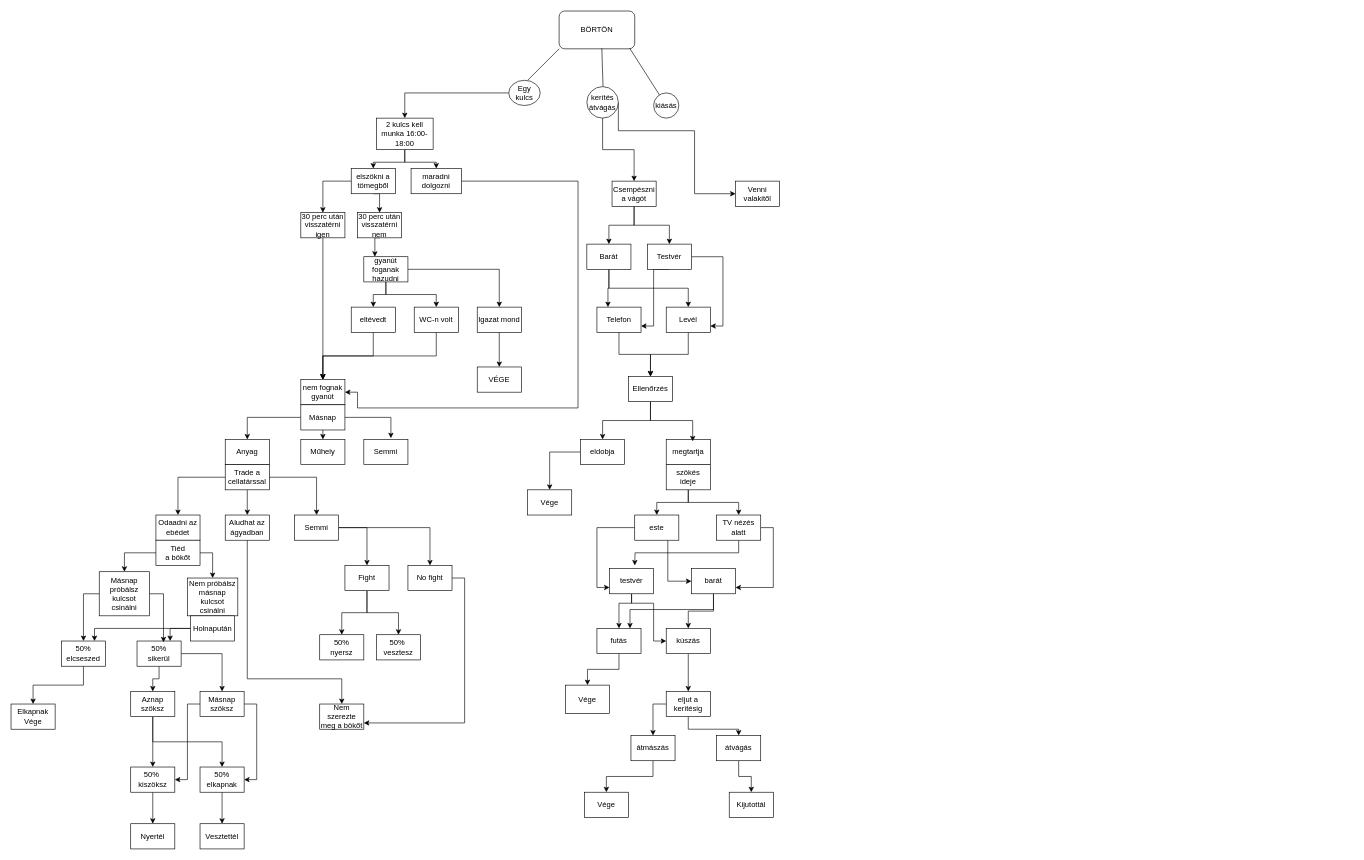
horvathmar/pythonprojekt keeps this draw.io diagram as Megnevezetlen diagram.drawio. Above is the earlier version. Source tidied: cells renumbered, new cells numbered last; positions are measured from the earlier drawing's top-left corner, leaving out a move shared by most shapes. Both pictures are drawn from the tidied source at 63%, with x=0, y=0 at pixel (11, 11).
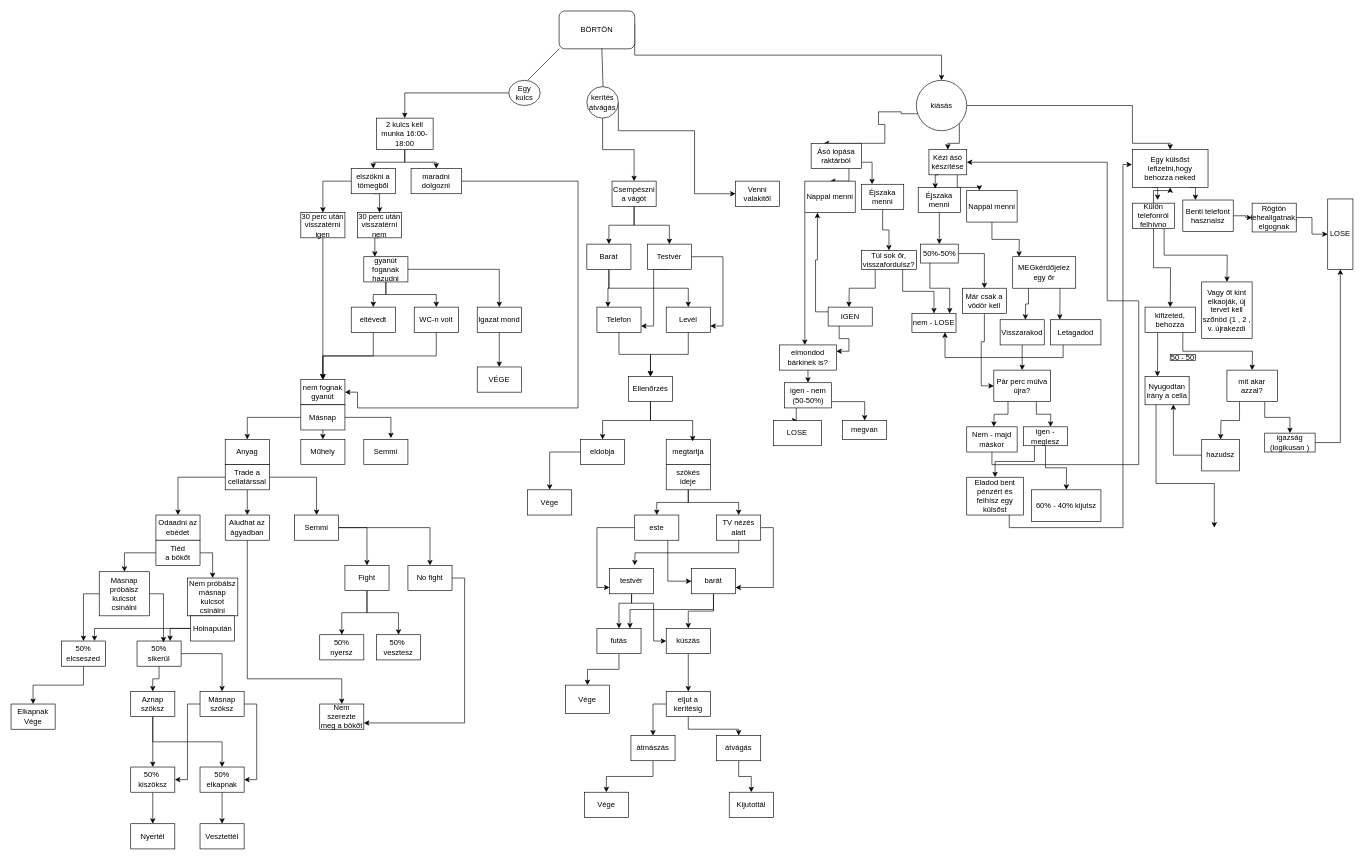
The same page after the edit.

Commit message:
draw io átírás(NEM VÉGLEGES

The change refers to these unchanged cells:
```xml
<mxCell id="2" value="BÖRTÖN" style="rounded=1;whiteSpace=wrap;html=1;" parent="1" vertex="1">
  <mxGeometry x="870" width="120" height="60" as="geometry" />
</mxCell>
```

The edit, as a diff of the source:
```diff
@@
+    <mxCell id="142" style="edgeStyle=orthogonalEdgeStyle;rounded=0;jettySize=auto;html=1;exitX=1;exitY=0.5;exitDx=0;exitDy=0;" parent="1" edge="1" target="11">
+      <mxGeometry relative="1" as="geometry">
+        <mxPoint x="990" y="20" as="sourcePoint" />
+        <Array as="points">
+          <mxPoint x="990" y="70" />
+          <mxPoint x="1477" y="70" />
+        </Array>
+      </mxGeometry>
+    </mxCell>
@@
-    <mxCell id="10" style="endArrow=none;html=1;rounded=0;" parent="1" edge="1" target="11">
-      <mxGeometry relative="1" as="geometry">
-        <mxPoint x="1040" y="150" as="sourcePoint" />
-      </mxGeometry>
-    </mxCell>
+    <mxCell id="143" style="edgeStyle=orthogonalEdgeStyle;rounded=0;jettySize=auto;html=1;exitX=0;exitY=1;exitDx=0;exitDy=0;entryX=0.25;entryY=0;entryDx=0;entryDy=0;" parent="1" edge="1" source="11" target="148">
+      <mxGeometry relative="1" as="geometry">
+        <Array as="points">
+          <mxPoint x="1413" y="163" />
+          <mxPoint x="1413" y="160" />
+          <mxPoint x="1377" y="160" />
+          <mxPoint x="1377" y="180" />
+          <mxPoint x="1387" y="180" />
+        </Array>
+      </mxGeometry>
+    </mxCell>
+    <mxCell id="144" style="edgeStyle=orthogonalEdgeStyle;rounded=0;jettySize=auto;html=1;exitX=1;exitY=1;exitDx=0;exitDy=0;" parent="1" edge="1" source="11" target="150">
+      <mxGeometry relative="1" as="geometry" />
+    </mxCell>
+    <mxCell id="145" style="edgeStyle=orthogonalEdgeStyle;rounded=0;jettySize=auto;html=1;exitX=1;exitY=0.5;exitDx=0;exitDy=0;entryX=0.5;entryY=0;entryDx=0;entryDy=0;" parent="1" edge="1" source="11" target="153">
+      <mxGeometry relative="1" as="geometry">
+        <Array as="points">
+          <mxPoint x="1780" y="150" />
+          <mxPoint x="1780" y="210" />
+          <mxPoint x="1840" y="210" />
+        </Array>
+      </mxGeometry>
+    </mxCell>
     <mxCell id="11" value="kiásás" style="ellipse;whiteSpace=wrap;html=1;" parent="1" vertex="1">
-      <mxGeometry x="1020" y="130" width="40" height="40" as="geometry" />
+      <mxGeometry x="1437" y="110" width="80" height="80" as="geometry" />
     </mxCell>
-    <mxCell id="12" style="endArrow=none;html=1;rounded=0;entryX=0.933;entryY=0.983;entryDx=0;entryDy=0;entryPerimeter=0;" parent="1" edge="1" source="11" target="2">
-      <mxGeometry relative="1" as="geometry" />
-    </mxCell>
@@
+    <mxCell id="146" style="edgeStyle=orthogonalEdgeStyle;rounded=0;jettySize=auto;html=1;exitX=0.75;exitY=1;exitDx=0;exitDy=0;" parent="1" edge="1" source="148" target="161">
+      <mxGeometry relative="1" as="geometry" />
+    </mxCell>
+    <mxCell id="147" style="edgeStyle=orthogonalEdgeStyle;rounded=0;jettySize=auto;html=1;exitX=1;exitY=0.75;exitDx=0;exitDy=0;entryX=0.25;entryY=0;entryDx=0;entryDy=0;" parent="1" edge="1" source="148" target="155">
+      <mxGeometry relative="1" as="geometry" />
+    </mxCell>
+    <mxCell id="148" value="Ásó lopása raktárból" style="rounded=0;whiteSpace=wrap;html=1;" parent="1" vertex="1">
+      <mxGeometry x="1270" y="210" width="80" height="40" as="geometry" />
+    </mxCell>
+    <mxCell id="149" style="edgeStyle=orthogonalEdgeStyle;rounded=0;jettySize=auto;html=1;exitX=0.75;exitY=1;exitDx=0;exitDy=0;entryX=0.25;entryY=0;entryDx=0;entryDy=0;" parent="1" edge="1" source="150" target="159">
+      <mxGeometry relative="1" as="geometry" />
+    </mxCell>
+    <mxCell id="150" value="Kézi ásó készítése" style="rounded=0;whiteSpace=wrap;html=1;" parent="1" vertex="1">
+      <mxGeometry x="1457" y="220" width="60" height="40" as="geometry" />
+    </mxCell>
+    <mxCell id="151" style="edgeStyle=orthogonalEdgeStyle;rounded=0;jettySize=auto;html=1;exitX=0.75;exitY=1;exitDx=0;exitDy=0;entryX=0.25;entryY=0;entryDx=0;entryDy=0;" parent="1" edge="1" source="153" target="157">
+      <mxGeometry relative="1" as="geometry" />
+    </mxCell>
+    <mxCell id="152" style="edgeStyle=orthogonalEdgeStyle;rounded=0;jettySize=auto;html=1;exitX=0.25;exitY=1;exitDx=0;exitDy=0;" parent="1" edge="1" source="153">
+      <mxGeometry relative="1" as="geometry">
+        <mxPoint x="1820" y="300" as="targetPoint" />
+      </mxGeometry>
+    </mxCell>
+    <mxCell id="153" value="Egy külsőst lefizetni,hogy behozza neked" style="rounded=0;whiteSpace=wrap;html=1;" parent="1" vertex="1">
+      <mxGeometry x="1780" y="220" width="120" height="60" as="geometry" />
+    </mxCell>
+    <mxCell id="154" style="edgeStyle=orthogonalEdgeStyle;rounded=0;jettySize=auto;html=1;exitX=0.5;exitY=1;exitDx=0;exitDy=0;" parent="1" edge="1" source="155" target="171">
+      <mxGeometry relative="1" as="geometry" />
+    </mxCell>
+    <mxCell id="155" value="Éjszaka menni" style="rounded=0;whiteSpace=wrap;html=1;" parent="1" vertex="1">
+      <mxGeometry x="1350" y="275" width="67" height="40" as="geometry" />
+    </mxCell>
+    <mxCell id="156" style="edgeStyle=orthogonalEdgeStyle;rounded=0;jettySize=auto;html=1;exitX=1;exitY=0.5;exitDx=0;exitDy=0;" parent="1" edge="1" source="157" target="207">
+      <mxGeometry relative="1" as="geometry" />
+    </mxCell>
+    <mxCell id="157" value="Benti telefont hasznalsz" style="rounded=0;whiteSpace=wrap;html=1;" parent="1" vertex="1">
+      <mxGeometry x="1860" y="300" width="80" height="50" as="geometry" />
+    </mxCell>
+    <mxCell id="158" style="edgeStyle=orthogonalEdgeStyle;rounded=0;jettySize=auto;html=1;exitX=0.5;exitY=1;exitDx=0;exitDy=0;" parent="1" edge="1" source="159">
+      <mxGeometry relative="1" as="geometry">
+        <mxPoint x="1600" y="390" as="targetPoint" />
+      </mxGeometry>
+    </mxCell>
+    <mxCell id="159" value="Nappal menni" style="rounded=0;whiteSpace=wrap;html=1;" parent="1" vertex="1">
+      <mxGeometry x="1517" y="285" width="80" height="50" as="geometry" />
+    </mxCell>
+    <mxCell id="160" style="edgeStyle=orthogonalEdgeStyle;rounded=0;jettySize=auto;html=1;exitX=0;exitY=1;exitDx=0;exitDy=0;" parent="1" edge="1" source="161">
+      <mxGeometry relative="1" as="geometry">
+        <mxPoint x="1260" y="530" as="targetPoint" />
+      </mxGeometry>
+    </mxCell>
+    <mxCell id="161" value="Nappal menni" style="rounded=0;whiteSpace=wrap;html=1;" parent="1" vertex="1">
+      <mxGeometry x="1260" y="270" width="80" height="50" as="geometry" />
+    </mxCell>
+    <mxCell id="162" style="edgeStyle=orthogonalEdgeStyle;rounded=0;jettySize=auto;html=1;exitX=0.5;exitY=1;exitDx=0;exitDy=0;entryX=0.5;entryY=0;entryDx=0;entryDy=0;" parent="1" edge="1" source="163" target="184">
+      <mxGeometry relative="1" as="geometry" />
+    </mxCell>
+    <mxCell id="163" value="Éjszaka menni" style="rounded=0;whiteSpace=wrap;html=1;" parent="1" vertex="1">
+      <mxGeometry x="1440" y="280" width="67" height="40" as="geometry" />
+    </mxCell>
+    <mxCell id="164" style="edgeStyle=orthogonalEdgeStyle;rounded=0;jettySize=auto;html=1;" parent="1" edge="1" source="167" target="153">
+      <mxGeometry relative="1" as="geometry" />
+    </mxCell>
+    <mxCell id="165" style="edgeStyle=orthogonalEdgeStyle;rounded=0;jettySize=auto;html=1;exitX=0.5;exitY=1;exitDx=0;exitDy=0;" parent="1" edge="1" source="167">
+      <mxGeometry relative="1" as="geometry">
+        <mxPoint x="1840" y="470" as="targetPoint" />
+      </mxGeometry>
+    </mxCell>
+    <mxCell id="166" style="edgeStyle=orthogonalEdgeStyle;rounded=0;jettySize=auto;html=1;exitX=0.75;exitY=1;exitDx=0;exitDy=0;" parent="1" edge="1" source="167">
+      <mxGeometry relative="1" as="geometry">
+        <mxPoint x="1930" y="430" as="targetPoint" />
+      </mxGeometry>
+    </mxCell>
+    <mxCell id="167" value="Külön telefonról felhívno" style="rounded=0;whiteSpace=wrap;html=1;" parent="1" vertex="1">
+      <mxGeometry x="1780" y="305" width="67" height="40" as="geometry" />
+    </mxCell>
+    <mxCell id="168" style="edgeStyle=orthogonalEdgeStyle;rounded=0;jettySize=auto;html=1;exitX=0.25;exitY=1;exitDx=0;exitDy=0;entryX=0.403;entryY=0.05;entryDx=0;entryDy=0;entryPerimeter=0;" parent="1" edge="1" source="150" target="163">
+      <mxGeometry relative="1" as="geometry" />
+    </mxCell>
+    <mxCell id="169" style="edgeStyle=orthogonalEdgeStyle;rounded=0;jettySize=auto;html=1;exitX=0.25;exitY=1;exitDx=0;exitDy=0;" parent="1" edge="1" source="171">
+      <mxGeometry relative="1" as="geometry">
+        <mxPoint x="1330" y="470" as="targetPoint" />
+      </mxGeometry>
+    </mxCell>
+    <mxCell id="170" style="edgeStyle=orthogonalEdgeStyle;rounded=0;jettySize=auto;html=1;exitX=0.75;exitY=1;exitDx=0;exitDy=0;" parent="1" edge="1" source="171" target="172">
+      <mxGeometry relative="1" as="geometry" />
+    </mxCell>
+    <mxCell id="171" value="Túl sok őr, visszafordulsz?" style="rounded=0;whiteSpace=wrap;html=1;" parent="1" vertex="1">
+      <mxGeometry x="1350" y="380" width="87" height="30" as="geometry" />
+    </mxCell>
+    <mxCell id="172" value="nem - LOSE" style="rounded=0;whiteSpace=wrap;html=1;" parent="1" vertex="1">
+      <mxGeometry x="1430" y="480" width="70" height="30" as="geometry" />
+    </mxCell>
+    <mxCell id="173" style="edgeStyle=orthogonalEdgeStyle;rounded=0;jettySize=auto;html=1;exitX=0;exitY=0.25;exitDx=0;exitDy=0;entryX=0.25;entryY=1;entryDx=0;entryDy=0;" parent="1" edge="1" source="175" target="161">
+      <mxGeometry relative="1" as="geometry" />
+    </mxCell>
+    <mxCell id="174" style="edgeStyle=orthogonalEdgeStyle;rounded=0;jettySize=auto;html=1;exitX=0.25;exitY=1;exitDx=0;exitDy=0;entryX=1;entryY=0.25;entryDx=0;entryDy=0;" parent="1" edge="1" source="175" target="177">
+      <mxGeometry relative="1" as="geometry" />
+    </mxCell>
+    <mxCell id="175" value="IGEN" style="rounded=0;whiteSpace=wrap;html=1;" parent="1" vertex="1">
+      <mxGeometry x="1297" y="470" width="70" height="30" as="geometry" />
+    </mxCell>
+    <mxCell id="176" style="edgeStyle=orthogonalEdgeStyle;rounded=0;jettySize=auto;html=1;exitX=0.5;exitY=1;exitDx=0;exitDy=0;" parent="1" edge="1" source="177" target="180">
+      <mxGeometry relative="1" as="geometry" />
+    </mxCell>
+    <mxCell id="177" value="elmondod bárkinek is?" style="rounded=0;whiteSpace=wrap;html=1;" parent="1" vertex="1">
+      <mxGeometry x="1220" y="530" width="90" height="40" as="geometry" />
+    </mxCell>
+    <mxCell id="178" value="&lt;div&gt;&lt;br&gt;&lt;/div&gt;" style="edgeStyle=orthogonalEdgeStyle;rounded=0;jettySize=auto;html=1;exitX=0.25;exitY=1;exitDx=0;exitDy=0;" parent="1" edge="1" source="180" target="181">
+      <mxGeometry relative="1" as="geometry" />
+    </mxCell>
+    <mxCell id="179" style="edgeStyle=orthogonalEdgeStyle;rounded=0;jettySize=auto;html=1;exitX=1;exitY=0.75;exitDx=0;exitDy=0;entryX=0.5;entryY=0;entryDx=0;entryDy=0;" parent="1" edge="1" source="180" target="182">
+      <mxGeometry relative="1" as="geometry" />
+    </mxCell>
+    <mxCell id="180" value="igen - nem (50-50%)" style="rounded=0;whiteSpace=wrap;html=1;" parent="1" vertex="1">
+      <mxGeometry x="1227.7" y="590" width="74.7" height="40" as="geometry" />
+    </mxCell>
+    <mxCell id="181" value="LOSE" style="rounded=0;whiteSpace=wrap;html=1;" parent="1" vertex="1">
+      <mxGeometry x="1210" y="650" width="76.3" height="40" as="geometry" />
+    </mxCell>
+    <mxCell id="182" value="megvan" style="rounded=0;whiteSpace=wrap;html=1;" parent="1" vertex="1">
+      <mxGeometry x="1320" y="650" width="70" height="30" as="geometry" />
+    </mxCell>
+    <mxCell id="183" style="edgeStyle=orthogonalEdgeStyle;rounded=0;jettySize=auto;html=1;exitX=1;exitY=0.5;exitDx=0;exitDy=0;" parent="1" edge="1" source="184" target="187">
+      <mxGeometry relative="1" as="geometry" />
+    </mxCell>
+    <mxCell id="184" value="50%-50%" style="rounded=0;whiteSpace=wrap;html=1;" parent="1" vertex="1">
+      <mxGeometry x="1443.5" y="370" width="60" height="30" as="geometry" />
+    </mxCell>
+    <mxCell id="185" style="edgeStyle=orthogonalEdgeStyle;rounded=0;jettySize=auto;html=1;exitX=0.25;exitY=1;exitDx=0;exitDy=0;entryX=0.857;entryY=0;entryDx=0;entryDy=0;entryPerimeter=0;" parent="1" edge="1" source="184" target="172">
+      <mxGeometry relative="1" as="geometry" />
+    </mxCell>
+    <mxCell id="186" style="edgeStyle=orthogonalEdgeStyle;rounded=0;jettySize=auto;html=1;exitX=0.5;exitY=1;exitDx=0;exitDy=0;entryX=0;entryY=0.5;entryDx=0;entryDy=0;" parent="1" edge="1" source="187" target="197">
+      <mxGeometry relative="1" as="geometry" />
+    </mxCell>
+    <mxCell id="187" value="Már csak a vödör kell" style="rounded=0;whiteSpace=wrap;html=1;" parent="1" vertex="1">
+      <mxGeometry x="1510" y="440" width="70" height="40" as="geometry" />
+    </mxCell>
+    <mxCell id="188" style="edgeStyle=orthogonalEdgeStyle;rounded=0;jettySize=auto;html=1;exitX=0.25;exitY=1;exitDx=0;exitDy=0;" parent="1" edge="1" source="190">
+      <mxGeometry relative="1" as="geometry">
+        <mxPoint x="1610" y="490" as="targetPoint" />
+      </mxGeometry>
+    </mxCell>
+    <mxCell id="189" style="edgeStyle=orthogonalEdgeStyle;rounded=0;jettySize=auto;html=1;exitX=0.75;exitY=1;exitDx=0;exitDy=0;" parent="1" edge="1" source="190">
+      <mxGeometry relative="1" as="geometry">
+        <mxPoint x="1664.7" y="490" as="targetPoint" />
+      </mxGeometry>
+    </mxCell>
+    <mxCell id="190" value="MEGkérdőjelez egy őr" style="rounded=0;whiteSpace=wrap;html=1;" parent="1" vertex="1">
+      <mxGeometry x="1590" y="390" width="100" height="50" as="geometry" />
+    </mxCell>
+    <mxCell id="191" style="edgeStyle=orthogonalEdgeStyle;rounded=0;jettySize=auto;html=1;exitX=0.5;exitY=1;exitDx=0;exitDy=0;" parent="1" edge="1" source="192">
+      <mxGeometry relative="1" as="geometry">
+        <mxPoint x="1605" y="570" as="targetPoint" />
+      </mxGeometry>
+    </mxCell>
+    <mxCell id="192" value="Visszarakod" style="rounded=0;whiteSpace=wrap;html=1;" parent="1" vertex="1">
+      <mxGeometry x="1570" y="490" width="70" height="40" as="geometry" />
+    </mxCell>
+    <mxCell id="193" style="edgeStyle=orthogonalEdgeStyle;rounded=0;jettySize=auto;html=1;exitX=0.25;exitY=1;exitDx=0;exitDy=0;entryX=0.75;entryY=1;entryDx=0;entryDy=0;" parent="1" edge="1" source="194" target="172">
+      <mxGeometry relative="1" as="geometry" />
+    </mxCell>
+    <mxCell id="194" value="Letagadod" style="rounded=0;whiteSpace=wrap;html=1;" parent="1" vertex="1">
+      <mxGeometry x="1650" y="490" width="80" height="40" as="geometry" />
+    </mxCell>
+    <mxCell id="195" style="edgeStyle=orthogonalEdgeStyle;rounded=0;jettySize=auto;html=1;exitX=0.75;exitY=1;exitDx=0;exitDy=0;" parent="1" edge="1" source="197">
+      <mxGeometry relative="1" as="geometry">
+        <mxPoint x="1650" y="660" as="targetPoint" />
+      </mxGeometry>
+    </mxCell>
+    <mxCell id="196" style="edgeStyle=orthogonalEdgeStyle;rounded=0;jettySize=auto;html=1;exitX=0.25;exitY=1;exitDx=0;exitDy=0;" parent="1" edge="1" source="197">
+      <mxGeometry relative="1" as="geometry">
+        <mxPoint x="1560" y="660" as="targetPoint" />
+      </mxGeometry>
+    </mxCell>
+    <mxCell id="197" value="Pár perc múlva újra?" style="rounded=0;whiteSpace=wrap;html=1;" parent="1" vertex="1">
+      <mxGeometry x="1560" y="570" width="90" height="50" as="geometry" />
+    </mxCell>
+    <mxCell id="198" style="edgeStyle=orthogonalEdgeStyle;rounded=0;jettySize=auto;html=1;exitX=0.25;exitY=1;exitDx=0;exitDy=0;" parent="1" edge="1" source="200" target="204">
+      <mxGeometry relative="1" as="geometry" />
+    </mxCell>
+    <mxCell id="199" style="edgeStyle=orthogonalEdgeStyle;rounded=0;jettySize=auto;html=1;exitX=0.5;exitY=1;exitDx=0;exitDy=0;" parent="1" edge="1" source="200">
+      <mxGeometry relative="1" as="geometry">
+        <mxPoint x="1675" y="760" as="targetPoint" />
+      </mxGeometry>
+    </mxCell>
+    <mxCell id="200" value="igen - meglesz" style="rounded=0;whiteSpace=wrap;html=1;" parent="1" vertex="1">
+      <mxGeometry x="1607" y="660" width="70" height="30" as="geometry" />
+    </mxCell>
+    <mxCell id="201" style="edgeStyle=orthogonalEdgeStyle;rounded=0;jettySize=auto;html=1;exitX=0.5;exitY=1;exitDx=0;exitDy=0;entryX=1;entryY=0.5;entryDx=0;entryDy=0;" parent="1" edge="1" source="202" target="150">
+      <mxGeometry relative="1" as="geometry">
+        <Array as="points">
+          <mxPoint x="1557" y="720" />
+          <mxPoint x="1790" y="720" />
+          <mxPoint x="1790" y="460" />
+          <mxPoint x="1740" y="460" />
+          <mxPoint x="1740" y="240" />
+        </Array>
+      </mxGeometry>
+    </mxCell>
+    <mxCell id="202" value="Nem - majd máskor" style="rounded=0;whiteSpace=wrap;html=1;" parent="1" vertex="1">
+      <mxGeometry x="1517" y="660" width="80" height="40" as="geometry" />
+    </mxCell>
+    <mxCell id="203" style="edgeStyle=orthogonalEdgeStyle;rounded=0;jettySize=auto;html=1;exitX=0.75;exitY=1;exitDx=0;exitDy=0;entryX=-0.006;entryY=0.394;entryDx=0;entryDy=0;entryPerimeter=0;" parent="1" edge="1" source="204" target="153">
+      <mxGeometry relative="1" as="geometry">
+        <Array as="points">
+          <mxPoint x="1584" y="820" />
+          <mxPoint x="1765" y="820" />
+          <mxPoint x="1765" y="244" />
+        </Array>
+      </mxGeometry>
+    </mxCell>
+    <mxCell id="204" value="Eladod bent pénzért és felhísz egy külsőst" style="rounded=0;whiteSpace=wrap;html=1;" parent="1" vertex="1">
+      <mxGeometry x="1517" y="740" width="90" height="60" as="geometry" />
+    </mxCell>
+    <mxCell id="205" value="60% - 40% kijutsz" style="rounded=0;whiteSpace=wrap;html=1;" parent="1" vertex="1">
+      <mxGeometry x="1620" y="760" width="110" height="50" as="geometry" />
+    </mxCell>
+    <mxCell id="206" style="edgeStyle=orthogonalEdgeStyle;rounded=0;jettySize=auto;html=1;exitX=1;exitY=0.5;exitDx=0;exitDy=0;" parent="1" edge="1" source="207" target="208">
+      <mxGeometry relative="1" as="geometry" />
+    </mxCell>
+    <mxCell id="207" value="Rögtön leheallgatnak, elgognak" style="rounded=0;whiteSpace=wrap;html=1;" parent="1" vertex="1">
+      <mxGeometry x="1970" y="305" width="70" height="45.7" as="geometry" />
+    </mxCell>
+    <mxCell id="208" value="LOSE" style="rounded=0;whiteSpace=wrap;html=1;" parent="1" vertex="1">
+      <mxGeometry x="2090" y="298.3" width="40" height="111.7" as="geometry" />
+    </mxCell>
+    <mxCell id="209" style="edgeStyle=orthogonalEdgeStyle;rounded=0;jettySize=auto;html=1;exitX=0.25;exitY=1;exitDx=0;exitDy=0;" parent="1" edge="1" source="211">
+      <mxGeometry relative="1" as="geometry">
+        <mxPoint x="1819.7" y="580" as="targetPoint" />
+      </mxGeometry>
+    </mxCell>
+    <mxCell id="210" style="edgeStyle=orthogonalEdgeStyle;rounded=0;jettySize=auto;html=1;exitX=0.75;exitY=1;exitDx=0;exitDy=0;" parent="1" edge="1" source="211">
+      <mxGeometry relative="1" as="geometry">
+        <mxPoint x="1970" y="570" as="targetPoint" />
+      </mxGeometry>
+    </mxCell>
+    <mxCell id="211" value="kifizeted, behozza" style="rounded=0;whiteSpace=wrap;html=1;" parent="1" vertex="1">
+      <mxGeometry x="1800" y="470" width="80" height="40" as="geometry" />
+    </mxCell>
+    <mxCell id="212" value="Vagy őt kint elkaoják, új tervet kell szőnöd (1 , 2 , v. újrakezdi" style="rounded=0;whiteSpace=wrap;html=1;" parent="1" vertex="1">
+      <mxGeometry x="1890" y="430" width="80" height="90" as="geometry" />
+    </mxCell>
+    <mxCell id="213" style="edgeStyle=orthogonalEdgeStyle;rounded=0;jettySize=auto;html=1;exitX=0.25;exitY=1;exitDx=0;exitDy=0;" parent="1" edge="1" source="215">
+      <mxGeometry relative="1" as="geometry">
+        <mxPoint x="1920" y="680" as="targetPoint" />
+      </mxGeometry>
+    </mxCell>
+    <mxCell id="214" style="edgeStyle=orthogonalEdgeStyle;rounded=0;jettySize=auto;html=1;exitX=0.75;exitY=1;exitDx=0;exitDy=0;" parent="1" edge="1" source="215" target="220">
+      <mxGeometry relative="1" as="geometry" />
+    </mxCell>
+    <mxCell id="215" value="mit akar azzal?" style="rounded=0;whiteSpace=wrap;html=1;" parent="1" vertex="1">
+      <mxGeometry x="1930" y="570" width="80" height="50" as="geometry" />
+    </mxCell>
+    <mxCell id="216" value="50 - 50" style="rounded=0;whiteSpace=wrap;html=1;" parent="1" vertex="1">
+      <mxGeometry x="1840" y="545" width="40" height="10" as="geometry" />
+    </mxCell>
+    <mxCell id="217" style="edgeStyle=orthogonalEdgeStyle;rounded=0;jettySize=auto;html=1;exitX=0.25;exitY=1;exitDx=0;exitDy=0;" parent="1" edge="1" source="218">
+      <mxGeometry relative="1" as="geometry">
+        <mxPoint x="1910" y="820" as="targetPoint" />
+        <Array as="points">
+          <mxPoint x="1818" y="750" />
+          <mxPoint x="1910" y="750" />
+        </Array>
+      </mxGeometry>
+    </mxCell>
+    <mxCell id="218" value="Nyugodtan irány a cella" style="rounded=0;whiteSpace=wrap;html=1;" parent="1" vertex="1">
+      <mxGeometry x="1800" y="580" width="70" height="45" as="geometry" />
+    </mxCell>
+    <mxCell id="219" style="edgeStyle=orthogonalEdgeStyle;rounded=0;jettySize=auto;html=1;exitX=1;exitY=0.5;exitDx=0;exitDy=0;entryX=0.5;entryY=1;entryDx=0;entryDy=0;" parent="1" edge="1" source="220" target="208">
+      <mxGeometry relative="1" as="geometry" />
+    </mxCell>
+    <mxCell id="220" value="igazság (logikusan )" style="rounded=0;whiteSpace=wrap;html=1;" parent="1" vertex="1">
+      <mxGeometry x="1990" y="670" width="80" height="30" as="geometry" />
+    </mxCell>
+    <mxCell id="221" value="hazudsz" style="rounded=0;whiteSpace=wrap;html=1;" parent="1" vertex="1">
+      <mxGeometry x="1890" y="680" width="60" height="50" as="geometry" />
+    </mxCell>
+    <mxCell id="222" style="edgeStyle=orthogonalEdgeStyle;rounded=0;jettySize=auto;html=1;exitX=0;exitY=0.5;exitDx=0;exitDy=0;entryX=0.643;entryY=0.985;entryDx=0;entryDy=0;entryPerimeter=0;" parent="1" edge="1" source="221" target="218">
+      <mxGeometry relative="1" as="geometry" />
+    </mxCell>
```
